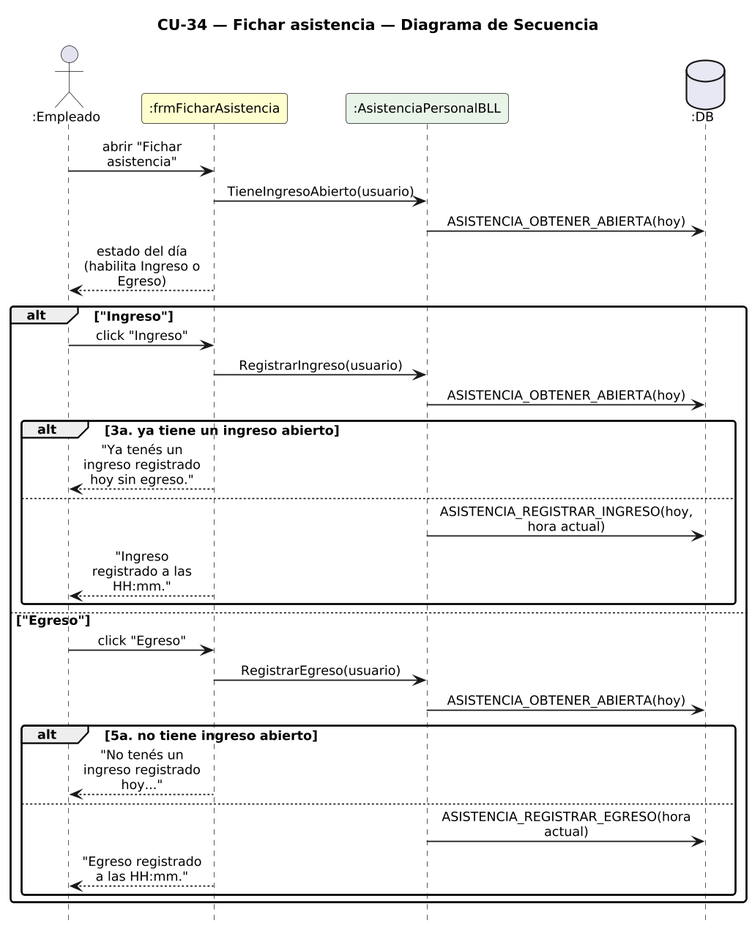
Urrels/ingenieria_software keeps this PlantUML diagram as DIAGRAMAS/DiagramaSecuencia_CU34_FicharAsistencia.png. Above is the earlier version. The source it was exported from:
```plantuml
@startuml DiagramaSecuencia_CU34_FicharAsistencia

title CU-34 — Fichar asistencia — Diagrama de Secuencia

skinparam shadowing false
skinparam roundcorner 6
skinparam sequenceArrowThickness 1.2
skinparam ParticipantPadding 6
skinparam BoxPadding 4
skinparam maxMessageSize 115
skinparam sequenceMessageAlign center
skinparam defaultFontSize 12
skinparam dpi 140
hide footbox

actor ":Empleado" as E
participant ":frmFicharAsistencia" as F #FEFECE
participant ":AsistenciaPersonalBLL" as AB #E8F4E8
database ":DB" as DB #E8E8F4

E -> F : abrir "Fichar asistencia"
F -> AB : TieneIngresoAbierto(usuario)
AB -> DB : ASISTENCIA_OBTENER_ABIERTA(hoy)
F --> E : estado del día (habilita Ingreso o Egreso)
alt "Ingreso"
  E -> F : click "Ingreso"
  F -> AB : RegistrarIngreso(usuario)
  AB -> DB : ASISTENCIA_OBTENER_ABIERTA(hoy)
  alt 3a. ya tiene un ingreso abierto
    F --> E : "Ya tenés un ingreso registrado hoy sin egreso."
  else
    AB -> DB : ASISTENCIA_REGISTRAR_INGRESO(hoy, hora actual)
    F --> E : "Ingreso registrado a las HH:mm."
  end
else "Egreso"
  E -> F : click "Egreso"
  F -> AB : RegistrarEgreso(usuario)
  AB -> DB : ASISTENCIA_OBTENER_ABIERTA(hoy)
  alt 5a. no tiene ingreso abierto
    F --> E : "No tenés un ingreso registrado hoy..."
  else
    AB -> DB : ASISTENCIA_REGISTRAR_EGRESO(hora actual)
    F --> E : "Egreso registrado a las HH:mm."
  end
end

@enduml
```
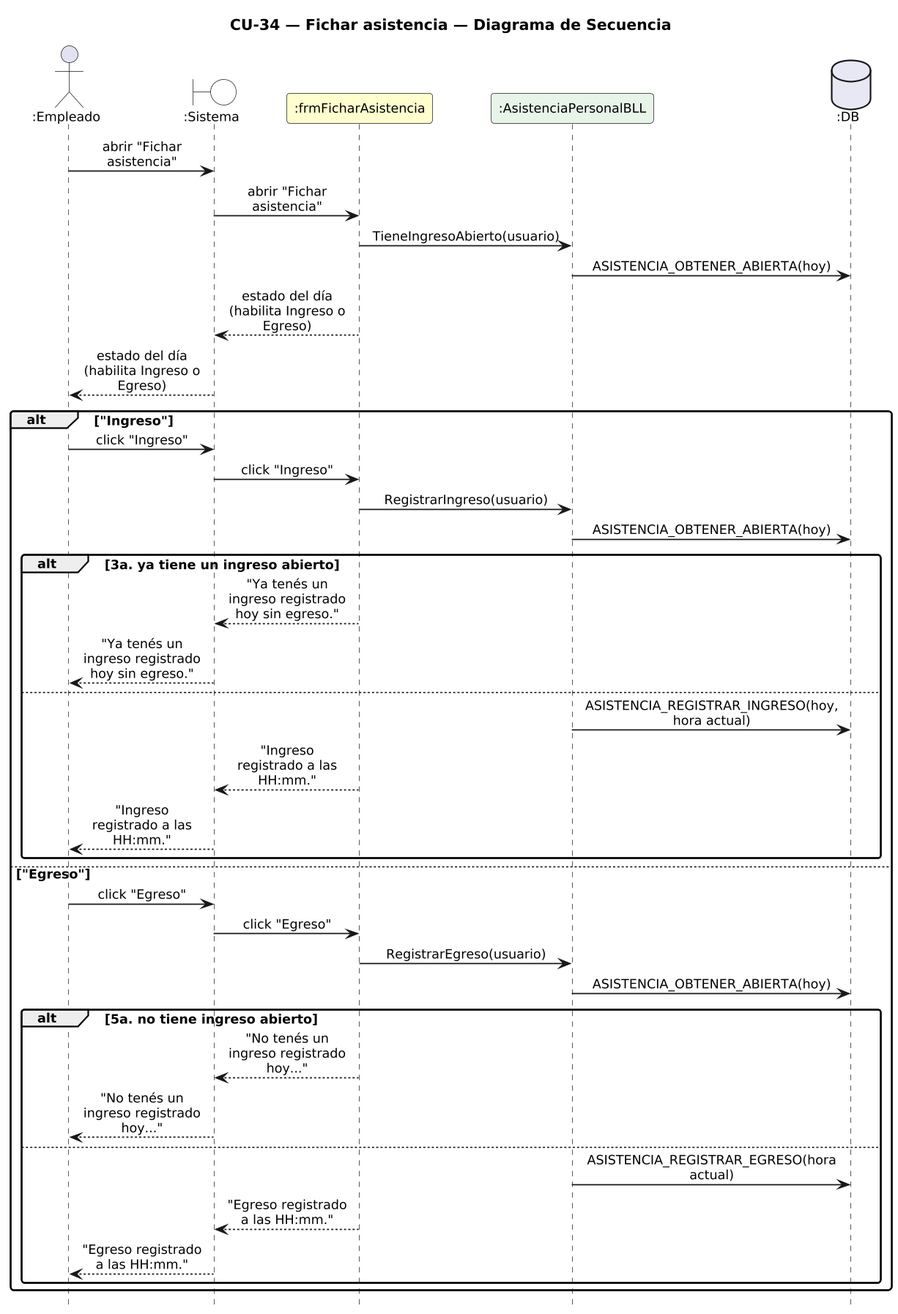
After the commit.

Diff of the diagram source:
```diff
@@ -14,33 +14,42 @@
 hide footbox
 
 actor ":Empleado" as E
+boundary ":Sistema" as SYS #FFFFFF
 participant ":frmFicharAsistencia" as F #FEFECE
 participant ":AsistenciaPersonalBLL" as AB #E8F4E8
 database ":DB" as DB #E8E8F4
 
-E -> F : abrir "Fichar asistencia"
+E -> SYS : abrir "Fichar asistencia"
+SYS -> F : abrir "Fichar asistencia"
 F -> AB : TieneIngresoAbierto(usuario)
 AB -> DB : ASISTENCIA_OBTENER_ABIERTA(hoy)
-F --> E : estado del día (habilita Ingreso o Egreso)
+F --> SYS : estado del día (habilita Ingreso o Egreso)
+SYS --> E : estado del día (habilita Ingreso o Egreso)
 alt "Ingreso"
-  E -> F : click "Ingreso"
+  E -> SYS : click "Ingreso"
+  SYS -> F : click "Ingreso"
   F -> AB : RegistrarIngreso(usuario)
   AB -> DB : ASISTENCIA_OBTENER_ABIERTA(hoy)
   alt 3a. ya tiene un ingreso abierto
-    F --> E : "Ya tenés un ingreso registrado hoy sin egreso."
+    F --> SYS : "Ya tenés un ingreso registrado hoy sin egreso."
+    SYS --> E : "Ya tenés un ingreso registrado hoy sin egreso."
   else
     AB -> DB : ASISTENCIA_REGISTRAR_INGRESO(hoy, hora actual)
-    F --> E : "Ingreso registrado a las HH:mm."
+    F --> SYS : "Ingreso registrado a las HH:mm."
+    SYS --> E : "Ingreso registrado a las HH:mm."
   end
 else "Egreso"
-  E -> F : click "Egreso"
+  E -> SYS : click "Egreso"
+  SYS -> F : click "Egreso"
   F -> AB : RegistrarEgreso(usuario)
   AB -> DB : ASISTENCIA_OBTENER_ABIERTA(hoy)
   alt 5a. no tiene ingreso abierto
-    F --> E : "No tenés un ingreso registrado hoy..."
+    F --> SYS : "No tenés un ingreso registrado hoy..."
+    SYS --> E : "No tenés un ingreso registrado hoy..."
   else
     AB -> DB : ASISTENCIA_REGISTRAR_EGRESO(hora actual)
-    F --> E : "Egreso registrado a las HH:mm."
+    F --> SYS : "Egreso registrado a las HH:mm."
+    SYS --> E : "Egreso registrado a las HH:mm."
   end
 end
 
```
